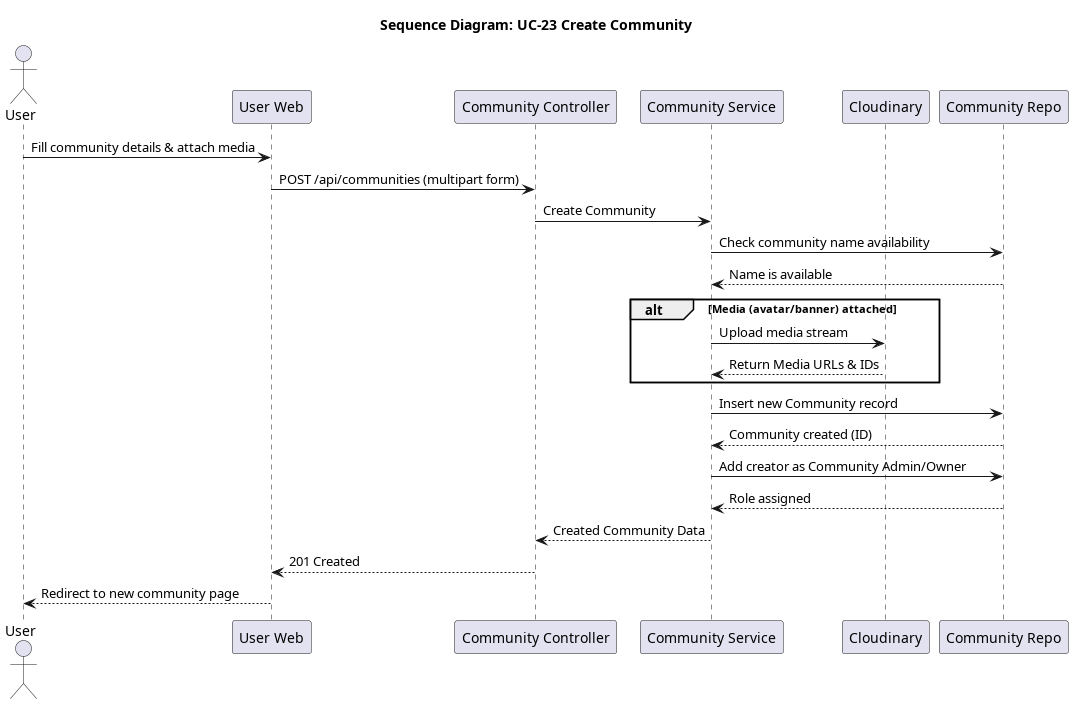
The PlantUML diagram docs/srs_add/SAD/diagrams/seq_23_create_community.png in giakiet05/lkforum-new, before a commit. Source of this version:
```plantuml
@startuml seq_23_create_community
title Sequence Diagram: UC-23 Create Community

actor User
participant "User Web" as Frontend
participant "Community Controller" as Controller
participant "Community Service" as Service
participant "Cloudinary" as Cloudinary
participant "Community Repo" as Repo

User -> Frontend: Fill community details & attach media
Frontend -> Controller: POST /api/communities (multipart form)
Controller -> Service: Create Community
Service -> Repo: Check community name availability
Repo --> Service: Name is available

alt Media (avatar/banner) attached
    Service -> Cloudinary: Upload media stream
    Cloudinary --> Service: Return Media URLs & IDs
end

Service -> Repo: Insert new Community record
Repo --> Service: Community created (ID)

Service -> Repo: Add creator as Community Admin/Owner
Repo --> Service: Role assigned

Service --> Controller: Created Community Data
Controller --> Frontend: 201 Created
Frontend --> User: Redirect to new community page
@enduml
```
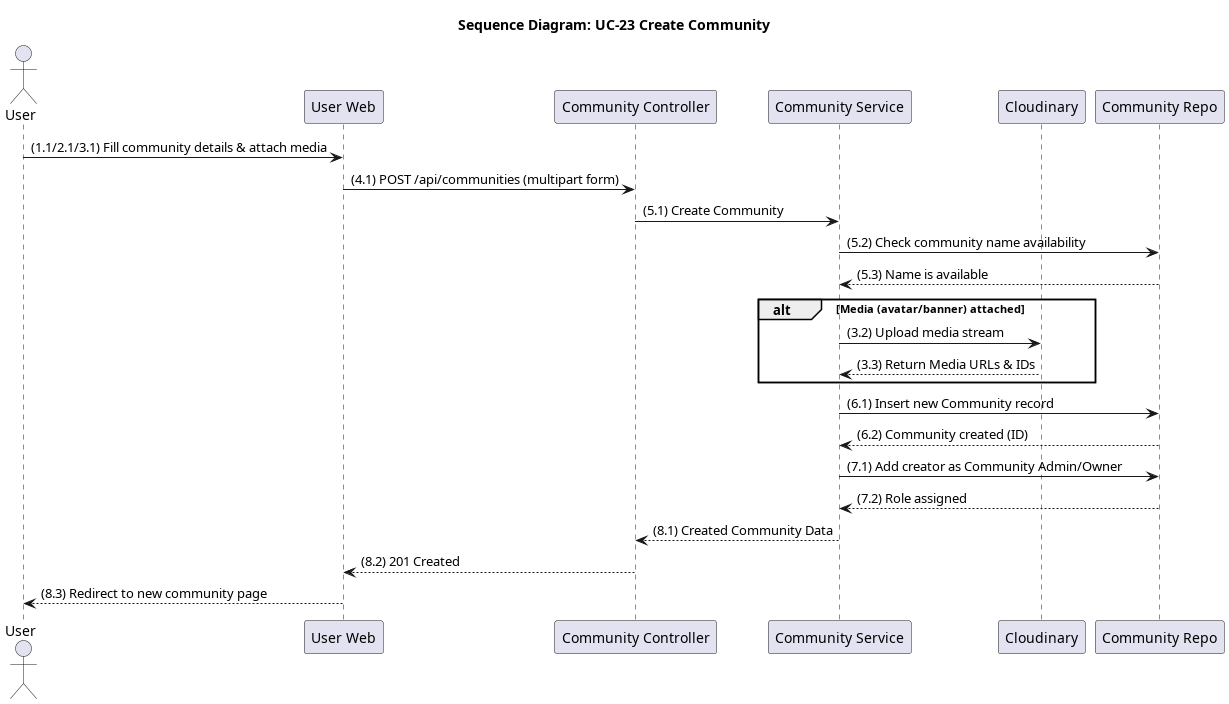
Above is the later version.

What changed in the source:
```diff
@@ -8,24 +8,24 @@
 participant "Cloudinary" as Cloudinary
 participant "Community Repo" as Repo
 
-User -> Frontend: Fill community details & attach media
-Frontend -> Controller: POST /api/communities (multipart form)
-Controller -> Service: Create Community
-Service -> Repo: Check community name availability
-Repo --> Service: Name is available
+User -> Frontend: (1.1/2.1/3.1) Fill community details & attach media
+Frontend -> Controller: (4.1) POST /api/communities (multipart form)
+Controller -> Service: (5.1) Create Community
+Service -> Repo: (5.2) Check community name availability
+Repo --> Service: (5.3) Name is available
 
 alt Media (avatar/banner) attached
-    Service -> Cloudinary: Upload media stream
-    Cloudinary --> Service: Return Media URLs & IDs
+    Service -> Cloudinary: (3.2) Upload media stream
+    Cloudinary --> Service: (3.3) Return Media URLs & IDs
 end
 
-Service -> Repo: Insert new Community record
-Repo --> Service: Community created (ID)
+Service -> Repo: (6.1) Insert new Community record
+Repo --> Service: (6.2) Community created (ID)
 
-Service -> Repo: Add creator as Community Admin/Owner
-Repo --> Service: Role assigned
+Service -> Repo: (7.1) Add creator as Community Admin/Owner
+Repo --> Service: (7.2) Role assigned
 
-Service --> Controller: Created Community Data
-Controller --> Frontend: 201 Created
-Frontend --> User: Redirect to new community page
+Service --> Controller: (8.1) Created Community Data
+Controller --> Frontend: (8.2) 201 Created
+Frontend --> User: (8.3) Redirect to new community page
 @enduml
```
